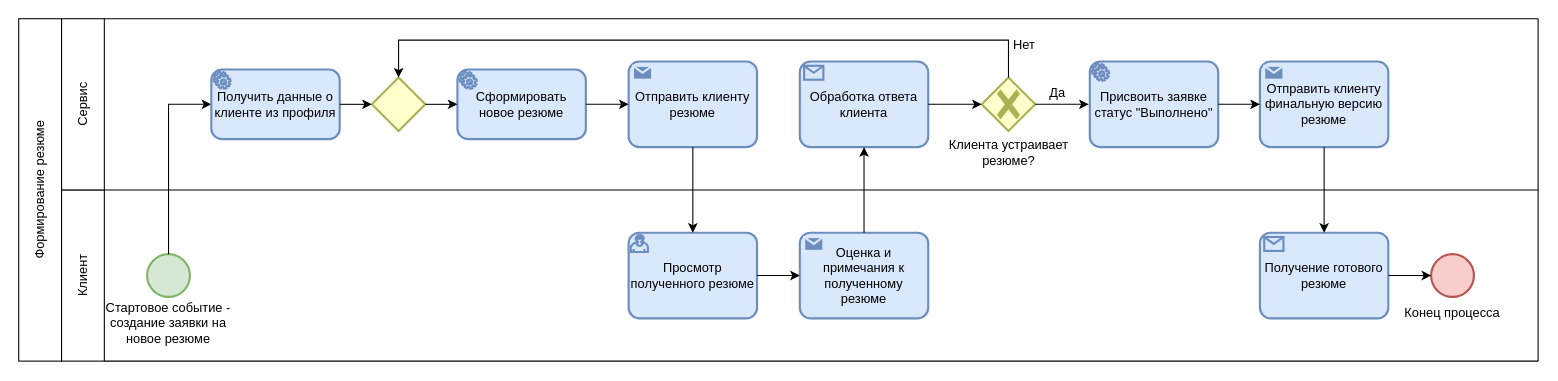
Above: source_files/BPMN.drawio in kiryuha21/EngeneeringRequirements-2023 (draw.io), before the change. Source tidied: cells renumbered, new cells numbered last; positions are measured from the earlier drawing's top-left corner, leaving out a move shared by most shapes. Both pictures are drawn from the tidied source at 107%, with x=0, y=0 at pixel (-132, 18).
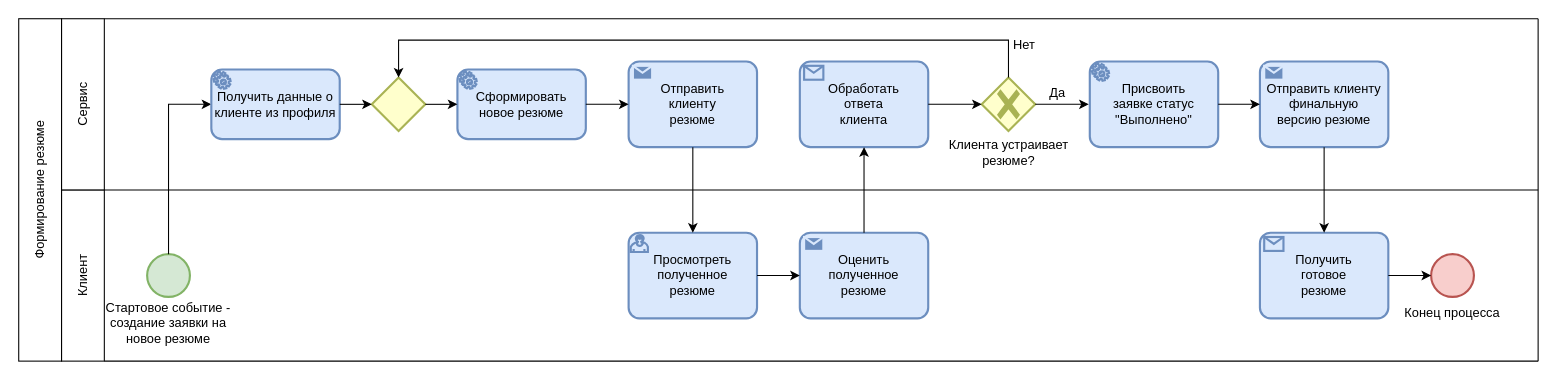
After the change.

The edit, as a diff of the source:
```diff
@@
-    <mxCell id="16" value="Отправить клиенту резюме" style="points=[[0.25,0,0],[0.5,0,0],[0.75,0,0],[1,0.25,0],[1,0.5,0],[1,0.75,0],[0.75,1,0],[0.5,1,0],[0.25,1,0],[0,0.75,0],[0,0.5,0],[0,0.25,0]];shape=mxgraph.bpmn.task;whiteSpace=wrap;rectStyle=rounded;size=10;html=1;taskMarker=send;fillColor=#dae8fc;strokeColor=#6c8ebf;strokeWidth=2;" parent="1" vertex="1">
+    <mxCell id="16" value="Отправить &lt;br&gt;клиенту &lt;br&gt;резюме" style="points=[[0.25,0,0],[0.5,0,0],[0.75,0,0],[1,0.25,0],[1,0.5,0],[1,0.75,0],[0.75,1,0],[0.5,1,0],[0.25,1,0],[0,0.75,0],[0,0.5,0],[0,0.25,0]];shape=mxgraph.bpmn.task;whiteSpace=wrap;rectStyle=rounded;size=10;html=1;taskMarker=send;fillColor=#dae8fc;strokeColor=#6c8ebf;strokeWidth=2;" parent="1" vertex="1">
       <mxGeometry x="710" y="40" width="120" height="80" as="geometry" />
     </mxCell>
@@
-    <mxCell id="18" value="Присвоить заявке статус &quot;Выполнено&quot;" style="points=[[0.25,0,0],[0.5,0,0],[0.75,0,0],[1,0.25,0],[1,0.5,0],[1,0.75,0],[0.75,1,0],[0.5,1,0],[0.25,1,0],[0,0.75,0],[0,0.5,0],[0,0.25,0]];shape=mxgraph.bpmn.task;whiteSpace=wrap;rectStyle=rounded;size=10;html=1;taskMarker=service;fillColor=#dae8fc;strokeColor=#6c8ebf;strokeWidth=2;" parent="1" vertex="1">
+    <mxCell id="18" value="Присвоить&lt;br&gt;заявке статус &lt;br&gt;&quot;Выполнено&quot;" style="points=[[0.25,0,0],[0.5,0,0],[0.75,0,0],[1,0.25,0],[1,0.5,0],[1,0.75,0],[0.75,1,0],[0.5,1,0],[0.25,1,0],[0,0.75,0],[0,0.5,0],[0,0.25,0]];shape=mxgraph.bpmn.task;whiteSpace=wrap;rectStyle=rounded;size=10;html=1;taskMarker=service;fillColor=#dae8fc;strokeColor=#6c8ebf;strokeWidth=2;" parent="1" vertex="1">
       <mxGeometry x="1141" y="40" width="120" height="80" as="geometry" />
     </mxCell>
-    <mxCell id="19" value="Оценка и примечания к полученному резюме" style="points=[[0.25,0,0],[0.5,0,0],[0.75,0,0],[1,0.25,0],[1,0.5,0],[1,0.75,0],[0.75,1,0],[0.5,1,0],[0.25,1,0],[0,0.75,0],[0,0.5,0],[0,0.25,0]];shape=mxgraph.bpmn.task;whiteSpace=wrap;rectStyle=rounded;size=10;html=1;taskMarker=send;fillColor=#dae8fc;strokeColor=#6c8ebf;strokeWidth=2;" parent="1" vertex="1">
+    <mxCell id="19" value="Оценить &lt;br&gt;полученное &lt;br&gt;резюме" style="points=[[0.25,0,0],[0.5,0,0],[0.75,0,0],[1,0.25,0],[1,0.5,0],[1,0.75,0],[0.75,1,0],[0.5,1,0],[0.25,1,0],[0,0.75,0],[0,0.5,0],[0,0.25,0]];shape=mxgraph.bpmn.task;whiteSpace=wrap;rectStyle=rounded;size=10;html=1;taskMarker=send;fillColor=#dae8fc;strokeColor=#6c8ebf;strokeWidth=2;" parent="1" vertex="1">
       <mxGeometry x="870" y="200" width="120" height="80" as="geometry" />
     </mxCell>
-    <mxCell id="20" value="Обработка ответа клиента" style="points=[[0.25,0,0],[0.5,0,0],[0.75,0,0],[1,0.25,0],[1,0.5,0],[1,0.75,0],[0.75,1,0],[0.5,1,0],[0.25,1,0],[0,0.75,0],[0,0.5,0],[0,0.25,0]];shape=mxgraph.bpmn.task;whiteSpace=wrap;rectStyle=rounded;size=10;html=1;taskMarker=receive;fillColor=#dae8fc;strokeColor=#6c8ebf;strokeWidth=2;" parent="1" vertex="1">
+    <mxCell id="20" value="Обработать&lt;br&gt;ответа &lt;br&gt;клиента" style="points=[[0.25,0,0],[0.5,0,0],[0.75,0,0],[1,0.25,0],[1,0.5,0],[1,0.75,0],[0.75,1,0],[0.5,1,0],[0.25,1,0],[0,0.75,0],[0,0.5,0],[0,0.25,0]];shape=mxgraph.bpmn.task;whiteSpace=wrap;rectStyle=rounded;size=10;html=1;taskMarker=receive;fillColor=#dae8fc;strokeColor=#6c8ebf;strokeWidth=2;" parent="1" vertex="1">
       <mxGeometry x="870" y="40" width="120" height="80" as="geometry" />
     </mxCell>
@@
-    <mxCell id="22" value="Просмотр полученного резюме" style="points=[[0.25,0,0],[0.5,0,0],[0.75,0,0],[1,0.25,0],[1,0.5,0],[1,0.75,0],[0.75,1,0],[0.5,1,0],[0.25,1,0],[0,0.75,0],[0,0.5,0],[0,0.25,0]];shape=mxgraph.bpmn.task;whiteSpace=wrap;rectStyle=rounded;size=10;html=1;taskMarker=user;fillColor=#dae8fc;strokeColor=#6c8ebf;strokeWidth=2;" parent="1" vertex="1">
+    <mxCell id="22" value="Просмотреть полученное &lt;br&gt;резюме" style="points=[[0.25,0,0],[0.5,0,0],[0.75,0,0],[1,0.25,0],[1,0.5,0],[1,0.75,0],[0.75,1,0],[0.5,1,0],[0.25,1,0],[0,0.75,0],[0,0.5,0],[0,0.25,0]];shape=mxgraph.bpmn.task;whiteSpace=wrap;rectStyle=rounded;size=10;html=1;taskMarker=user;fillColor=#dae8fc;strokeColor=#6c8ebf;strokeWidth=2;" parent="1" vertex="1">
       <mxGeometry x="710" y="200" width="120" height="80" as="geometry" />
     </mxCell>
@@
-    <mxCell id="24" value="Отправить клиенту финальную версию резюме" style="points=[[0.25,0,0],[0.5,0,0],[0.75,0,0],[1,0.25,0],[1,0.5,0],[1,0.75,0],[0.75,1,0],[0.5,1,0],[0.25,1,0],[0,0.75,0],[0,0.5,0],[0,0.25,0]];shape=mxgraph.bpmn.task;whiteSpace=wrap;rectStyle=rounded;size=10;html=1;taskMarker=send;fillColor=#dae8fc;strokeColor=#6c8ebf;strokeWidth=2;" parent="1" vertex="1">
+    <mxCell id="24" value="Отправить клиенту финальную &lt;br&gt;версию резюме" style="points=[[0.25,0,0],[0.5,0,0],[0.75,0,0],[1,0.25,0],[1,0.5,0],[1,0.75,0],[0.75,1,0],[0.5,1,0],[0.25,1,0],[0,0.75,0],[0,0.5,0],[0,0.25,0]];shape=mxgraph.bpmn.task;whiteSpace=wrap;rectStyle=rounded;size=10;html=1;taskMarker=send;fillColor=#dae8fc;strokeColor=#6c8ebf;strokeWidth=2;" parent="1" vertex="1">
       <mxGeometry x="1300" y="40" width="120" height="80" as="geometry" />
     </mxCell>
-    <mxCell id="25" value="Получение готового резюме" style="points=[[0.25,0,0],[0.5,0,0],[0.75,0,0],[1,0.25,0],[1,0.5,0],[1,0.75,0],[0.75,1,0],[0.5,1,0],[0.25,1,0],[0,0.75,0],[0,0.5,0],[0,0.25,0]];shape=mxgraph.bpmn.task;whiteSpace=wrap;rectStyle=rounded;size=10;html=1;taskMarker=receive;fillColor=#dae8fc;strokeColor=#6c8ebf;strokeWidth=2;" parent="1" vertex="1">
+    <mxCell id="25" value="Получить &lt;br&gt;готовое&lt;br&gt;резюме" style="points=[[0.25,0,0],[0.5,0,0],[0.75,0,0],[1,0.25,0],[1,0.5,0],[1,0.75,0],[0.75,1,0],[0.5,1,0],[0.25,1,0],[0,0.75,0],[0,0.5,0],[0,0.25,0]];shape=mxgraph.bpmn.task;whiteSpace=wrap;rectStyle=rounded;size=10;html=1;taskMarker=receive;fillColor=#dae8fc;strokeColor=#6c8ebf;strokeWidth=2;" parent="1" vertex="1">
       <mxGeometry x="1300" y="200" width="120" height="80" as="geometry" />
     </mxCell>
```
